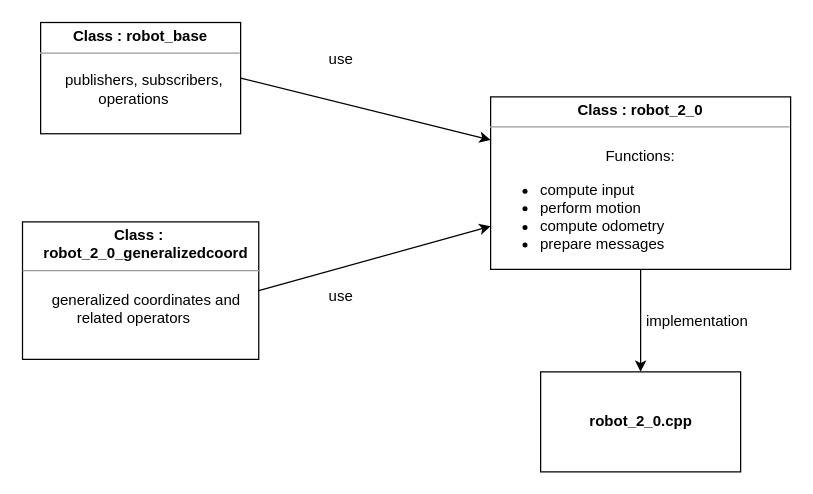
Above: report/UML/versions/robot_component.drawio in aGotelli/Projet1 (draw.io), before the change. Source tidied: cells renumbered, new cells numbered last; positions are measured from the earlier drawing's top-left corner, leaving out a move shared by most shapes. Both pictures are drawn from the tidied source at 125%, with x=0, y=0 at pixel (22, 21).
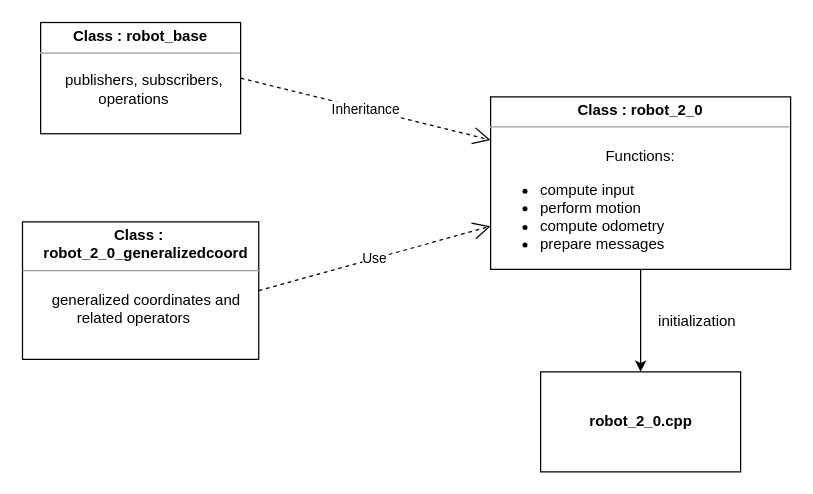
The same page after the edit.

Diff of the diagram source:
```diff
@@
 <mxGraphModel>
   <root>
     <mxCell id="0" />
     <mxCell id="1" parent="0" />
-    <mxCell id="2" style="endArrow=classic;html=1;exitX=1;exitY=0.5;exitDx=0;exitDy=0;entryX=0;entryY=0.25;entryDx=0;entryDy=0;" parent="1" edge="1" source="6" target="8">
-      <mxGeometry relative="1" as="geometry" />
-    </mxCell>
-    <mxCell id="3" value="use" style="text;html=1;align=center;verticalAlign=middle;" parent="1" vertex="1">
-      <mxGeometry x="234" y="20" width="40" height="20" as="geometry" />
-    </mxCell>
-    <mxCell id="4" value="use" style="text;html=1;align=center;verticalAlign=middle;" parent="1" vertex="1">
-      <mxGeometry x="234" y="210" width="40" height="20" as="geometry" />
-    </mxCell>
-    <mxCell id="5" style="endArrow=classic;html=1;exitX=1;exitY=0.5;exitDx=0;exitDy=0;entryX=0;entryY=0.75;entryDx=0;entryDy=0;" parent="1" edge="1" source="7" target="8">
-      <mxGeometry relative="1" as="geometry" />
-    </mxCell>
     <mxCell id="6" value="&lt;p style=&quot;margin: 0px ; margin-top: 4px ; text-align: center&quot;&gt;&lt;b&gt;Class : robot_base&lt;/b&gt;&lt;/p&gt;&lt;hr size=&quot;1&quot;&gt;&lt;div style=&quot;height: 2px&quot;&gt;&lt;span style=&quot;text-align: center&quot;&gt;&amp;nbsp; &amp;nbsp; &amp;nbsp;&lt;/span&gt;&lt;/div&gt;&lt;div style=&quot;height: 2px&quot;&gt;&lt;span style=&quot;text-align: center&quot;&gt;&lt;br&gt;&lt;/span&gt;&lt;/div&gt;&lt;div style=&quot;height: 2px&quot;&gt;&lt;span style=&quot;text-align: center&quot;&gt;&lt;br&gt;&lt;/span&gt;&lt;/div&gt;&lt;div style=&quot;height: 2px&quot;&gt;&lt;span style=&quot;text-align: center&quot;&gt;&lt;br&gt;&lt;/span&gt;&lt;/div&gt;&lt;div style=&quot;height: 2px&quot;&gt;&lt;span style=&quot;text-align: center&quot;&gt;&amp;nbsp; &amp;nbsp; &amp;nbsp; publishers, subscribers,&amp;nbsp;&lt;/span&gt;&lt;br style=&quot;text-align: center&quot;&gt;&lt;span style=&quot;text-align: center&quot;&gt;&amp;nbsp; &amp;nbsp; &amp;nbsp; &amp;nbsp; &amp;nbsp; &amp;nbsp; &amp;nbsp; operations&lt;/span&gt;&lt;/div&gt;" style="verticalAlign=top;align=left;overflow=fill;fontSize=12;fontFamily=Helvetica;html=1;" parent="1" vertex="1">
       <mxGeometry x="14" y="0.5" width="160" height="89" as="geometry" />
     </mxCell>
     <mxCell id="7" value="&lt;p style=&quot;margin: 0px ; margin-top: 4px ; text-align: center&quot;&gt;&lt;b&gt;Class :&amp;nbsp;&lt;/b&gt;&lt;/p&gt;&lt;b style=&quot;text-align: center&quot;&gt;&amp;nbsp; &amp;nbsp; &amp;nbsp;robot_2_0_generalizedcoord&lt;/b&gt;&lt;hr size=&quot;1&quot;&gt;&lt;div style=&quot;height: 2px&quot;&gt;&lt;span style=&quot;text-align: center&quot;&gt;&amp;nbsp; &amp;nbsp; &amp;nbsp;&lt;/span&gt;&lt;/div&gt;&lt;div style=&quot;height: 2px&quot;&gt;&lt;span style=&quot;text-align: center&quot;&gt;&lt;br&gt;&lt;/span&gt;&lt;/div&gt;&lt;div style=&quot;height: 2px&quot;&gt;&lt;span style=&quot;text-align: center&quot;&gt;&lt;br&gt;&lt;/span&gt;&lt;/div&gt;&lt;div style=&quot;height: 2px&quot;&gt;&lt;span style=&quot;text-align: center&quot;&gt;&lt;br&gt;&lt;/span&gt;&lt;/div&gt;&lt;div style=&quot;height: 2px&quot;&gt;&lt;span style=&quot;text-align: center&quot;&gt;&amp;nbsp; &amp;nbsp; &amp;nbsp;&lt;/span&gt;&lt;/div&gt;&lt;span style=&quot;text-align: center&quot;&gt;&amp;nbsp; &amp;nbsp; &amp;nbsp; &amp;nbsp;generalized coordinates and&amp;nbsp;&lt;/span&gt;&lt;br style=&quot;text-align: center&quot;&gt;&lt;span style=&quot;text-align: center&quot;&gt;&amp;nbsp; &amp;nbsp; &amp;nbsp; &amp;nbsp; &amp;nbsp; &amp;nbsp; &amp;nbsp;related operators&lt;/span&gt;" style="verticalAlign=top;align=left;overflow=fill;fontSize=12;fontFamily=Helvetica;html=1;" parent="1" vertex="1">
       <mxGeometry x="-0.5" y="160" width="189" height="110" as="geometry" />
     </mxCell>
     <mxCell id="8" value="&lt;p style=&quot;margin: 0px ; margin-top: 4px ; text-align: center&quot;&gt;&lt;b&gt;Class : robot_2_0&lt;/b&gt;&lt;/p&gt;&lt;hr size=&quot;1&quot;&gt;&lt;div style=&quot;height: 2px&quot;&gt;&lt;span style=&quot;text-align: center&quot;&gt;&amp;nbsp;&lt;/span&gt;&lt;/div&gt;&lt;div style=&quot;height: 2px&quot;&gt;&lt;span style=&quot;text-align: center&quot;&gt;&lt;br&gt;&lt;/span&gt;&lt;/div&gt;&lt;div style=&quot;height: 2px&quot;&gt;&lt;span style=&quot;text-align: center&quot;&gt;&lt;br&gt;&lt;/span&gt;&lt;/div&gt;&lt;div style=&quot;height: 2px&quot;&gt;&lt;span style=&quot;text-align: center&quot;&gt;&lt;br&gt;&lt;/span&gt;&lt;/div&gt;&lt;div style=&quot;height: 2px&quot;&gt;&lt;span style=&quot;text-align: center&quot;&gt;&amp;nbsp; &amp;nbsp; &amp;nbsp;&amp;nbsp;&lt;/span&gt;&lt;br&gt;&lt;/div&gt;&lt;span&gt;&lt;div style=&quot;text-align: center&quot;&gt;&lt;span&gt;Functions:&lt;/span&gt;&lt;/div&gt;&lt;/span&gt;&lt;ul&gt;&lt;li&gt;&lt;span style=&quot;text-align: center&quot;&gt;compute input&lt;/span&gt;&lt;/li&gt;&lt;li&gt;&lt;span style=&quot;text-align: center&quot;&gt;perform motion&lt;/span&gt;&lt;/li&gt;&lt;li&gt;&lt;span style=&quot;text-align: center&quot;&gt;compute odometry&lt;/span&gt;&lt;/li&gt;&lt;li&gt;prepare messages&amp;nbsp; &amp;nbsp; &amp;nbsp; &amp;nbsp;&lt;/li&gt;&lt;/ul&gt;" style="verticalAlign=top;align=left;overflow=fill;fontSize=12;fontFamily=Helvetica;html=1;" parent="1" vertex="1">
       <mxGeometry x="374" y="60" width="240" height="138" as="geometry" />
     </mxCell>
     <mxCell id="9" style="endArrow=classic;html=1;exitX=0.5;exitY=1;exitDx=0;exitDy=0;entryX=0.5;entryY=0;entryDx=0;entryDy=0;" parent="1" edge="1" source="8" target="10">
       <mxGeometry relative="1" as="geometry" />
     </mxCell>
     <mxCell id="10" value="&lt;b&gt;robot_2_0.cpp&lt;/b&gt;" style="html=1;" parent="1" vertex="1">
       <mxGeometry x="414" y="280" width="160" height="80" as="geometry" />
     </mxCell>
-    <mxCell id="11" value="implementation" style="text;html=1;align=center;verticalAlign=middle;" parent="1" vertex="1">
-      <mxGeometry x="489" y="230" width="100" height="20" as="geometry" />
+    <mxCell id="11" value="initialization" style="text;html=1;align=center;verticalAlign=middle;" parent="1" vertex="1">
+      <mxGeometry x="499" y="230" width="80" height="20" as="geometry" />
     </mxCell>
+    <mxCell id="5" value="Use" style="endArrow=open;endSize=12;dashed=1;html=1;exitX=1;exitY=0.5;exitDx=0;exitDy=0;entryX=0;entryY=0.75;entryDx=0;entryDy=0;" parent="1" edge="1" source="7" target="8">
+      <mxGeometry relative="1" as="geometry" />
+    </mxCell>
+    <mxCell id="2" value="Inheritance" style="endArrow=open;endSize=12;dashed=1;html=1;exitX=1;exitY=0.5;exitDx=0;exitDy=0;entryX=0;entryY=0.25;entryDx=0;entryDy=0;" parent="1" edge="1" source="6" target="8">
+      <mxGeometry relative="1" as="geometry" />
+    </mxCell>
   </root>
 </mxGraphModel>
```
